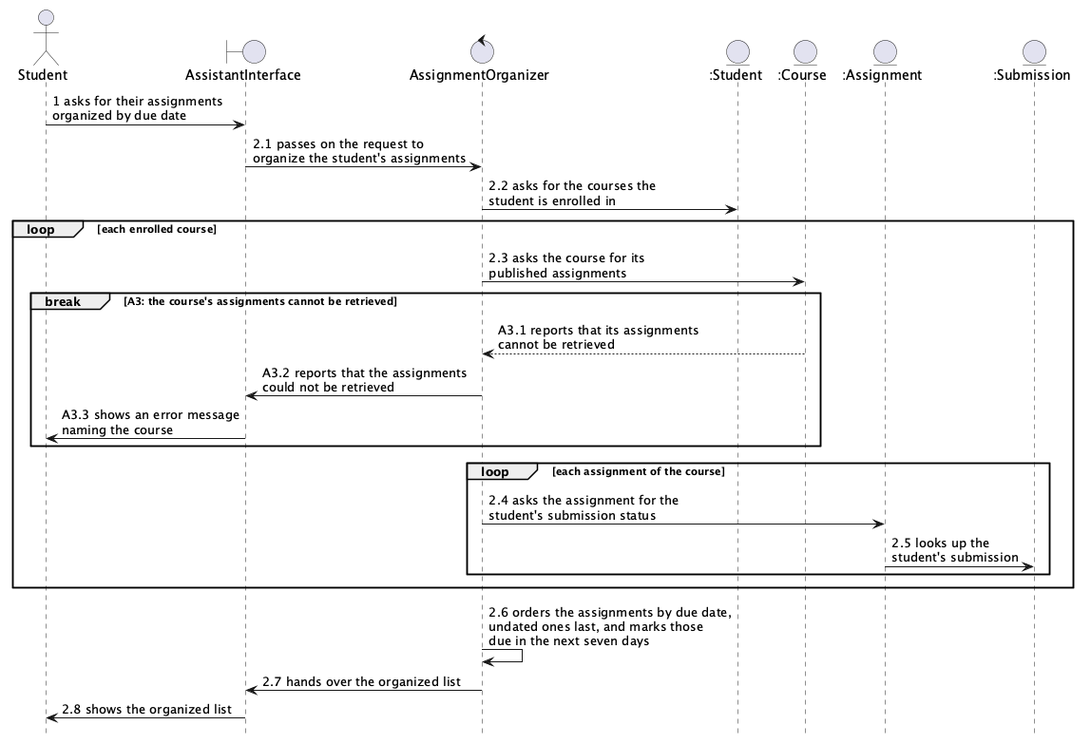
ErikS11/Ai-Agent keeps this PlantUML diagram as docs/p2/diagrams/uc02-analysis-sequence.png. Above is the earlier version. The source it was exported from:
```plantuml
@startuml uc02-analysis-sequence
hide footbox
skinparam shadowing false
skinparam sequenceMessageAlign left

actor Student
boundary AssistantInterface
control AssignmentOrganizer
entity ":Student" as StudentRecord
entity ":Course" as Course
entity ":Assignment" as Assignment
entity ":Submission" as Submission

Student -> AssistantInterface : 1 asks for their assignments\norganized by due date
AssistantInterface -> AssignmentOrganizer : 2.1 passes on the request to\norganize the student's assignments
AssignmentOrganizer -> StudentRecord : 2.2 asks for the courses the\nstudent is enrolled in

loop each enrolled course
  AssignmentOrganizer -> Course : 2.3 asks the course for its\npublished assignments
  break A3: the course's assignments cannot be retrieved
    Course --> AssignmentOrganizer : A3.1 reports that its assignments\ncannot be retrieved
    AssignmentOrganizer -> AssistantInterface : A3.2 reports that the assignments\ncould not be retrieved
    AssistantInterface -> Student : A3.3 shows an error message\nnaming the course
  end
  loop each assignment of the course
    AssignmentOrganizer -> Assignment : 2.4 asks the assignment for the\nstudent's submission status
    Assignment -> Submission : 2.5 looks up the\nstudent's submission
  end
end

AssignmentOrganizer -> AssignmentOrganizer : 2.6 orders the assignments by due date,\nundated ones last, and marks those\ndue in the next seven days
AssignmentOrganizer -> AssistantInterface : 2.7 hands over the organized list
AssistantInterface -> Student : 2.8 shows the organized list
@enduml
```
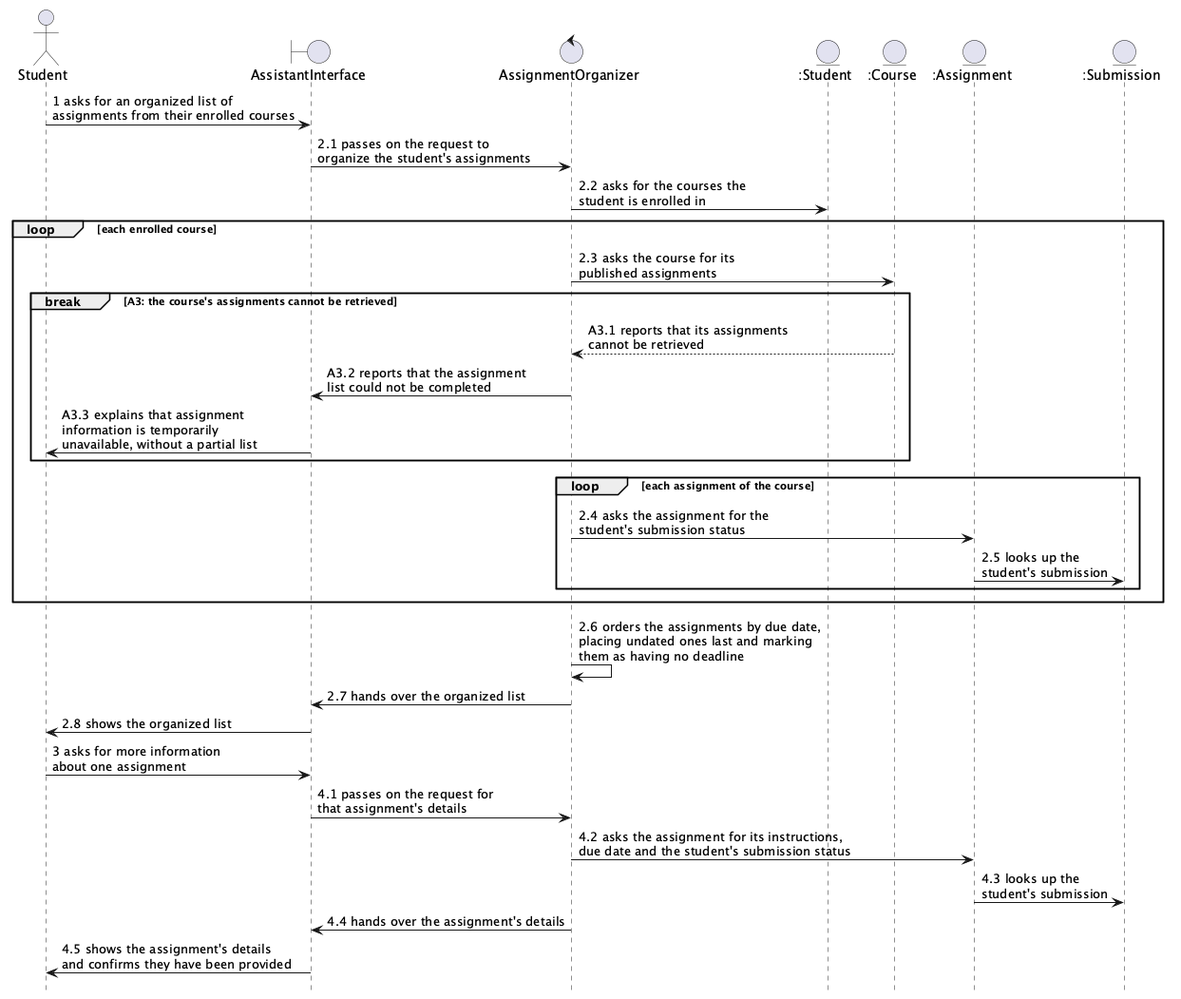
The same file after the commit.

Commit message:
5.2: redraw UC-02 sequence diagram for Erik's steps

Adds messages 3 and 4.1 to 4.5 for the assignment-details turn, rewords
2.6 and A3 to match the new table, and drops the seven-day mark. Eighteen
messages for eighteen scenario-table rows.

The edit, as a diff of the source:
```diff
@@ -11,7 +11,7 @@
 entity ":Assignment" as Assignment
 entity ":Submission" as Submission
 
-Student -> AssistantInterface : 1 asks for their assignments\norganized by due date
+Student -> AssistantInterface : 1 asks for an organized list of\nassignments from their enrolled courses
 AssistantInterface -> AssignmentOrganizer : 2.1 passes on the request to\norganize the student's assignments
 AssignmentOrganizer -> StudentRecord : 2.2 asks for the courses the\nstudent is enrolled in
 
@@ -19,8 +19,8 @@
   AssignmentOrganizer -> Course : 2.3 asks the course for its\npublished assignments
   break A3: the course's assignments cannot be retrieved
     Course --> AssignmentOrganizer : A3.1 reports that its assignments\ncannot be retrieved
-    AssignmentOrganizer -> AssistantInterface : A3.2 reports that the assignments\ncould not be retrieved
-    AssistantInterface -> Student : A3.3 shows an error message\nnaming the course
+    AssignmentOrganizer -> AssistantInterface : A3.2 reports that the assignment\nlist could not be completed
+    AssistantInterface -> Student : A3.3 explains that assignment\ninformation is temporarily\nunavailable, without a partial list
   end
   loop each assignment of the course
     AssignmentOrganizer -> Assignment : 2.4 asks the assignment for the\nstudent's submission status
@@ -28,7 +28,14 @@
   end
 end
 
-AssignmentOrganizer -> AssignmentOrganizer : 2.6 orders the assignments by due date,\nundated ones last, and marks those\ndue in the next seven days
+AssignmentOrganizer -> AssignmentOrganizer : 2.6 orders the assignments by due date,\nplacing undated ones last and marking\nthem as having no deadline
 AssignmentOrganizer -> AssistantInterface : 2.7 hands over the organized list
 AssistantInterface -> Student : 2.8 shows the organized list
+
+Student -> AssistantInterface : 3 asks for more information\nabout one assignment
+AssistantInterface -> AssignmentOrganizer : 4.1 passes on the request for\nthat assignment's details
+AssignmentOrganizer -> Assignment : 4.2 asks the assignment for its instructions,\ndue date and the student's submission status
+Assignment -> Submission : 4.3 looks up the\nstudent's submission
+AssignmentOrganizer -> AssistantInterface : 4.4 hands over the assignment's details
+AssistantInterface -> Student : 4.5 shows the assignment's details\nand confirms they have been provided
 @enduml
```
